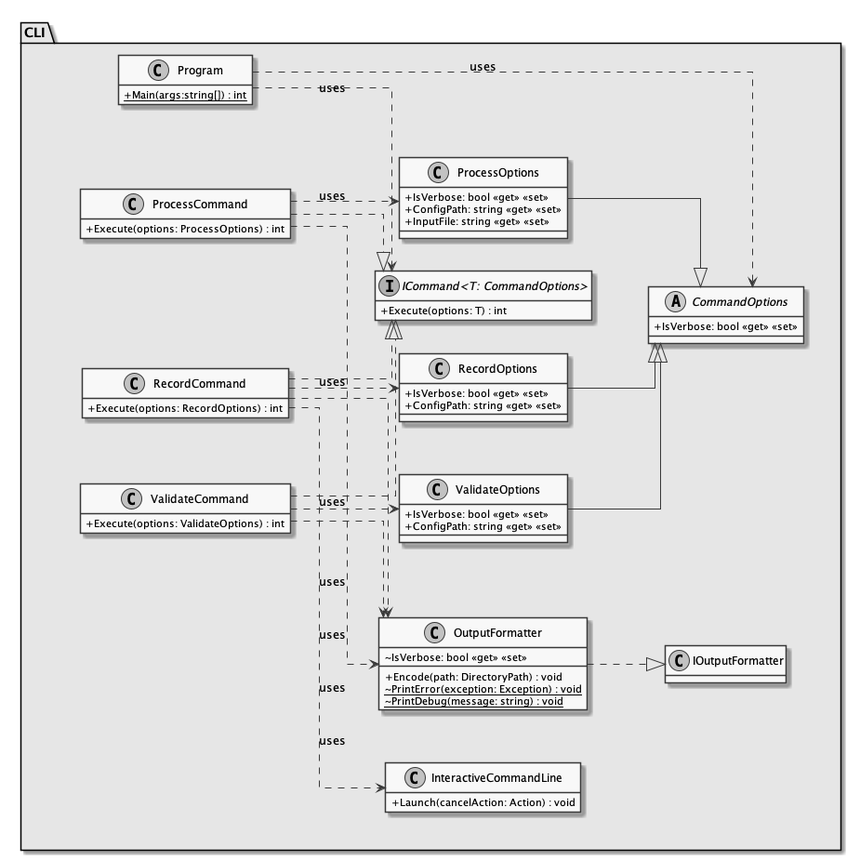
Before: documents/sd/resources/Packages/CLI.png, a diagram exported from PlantUML (insightmind/MORR).
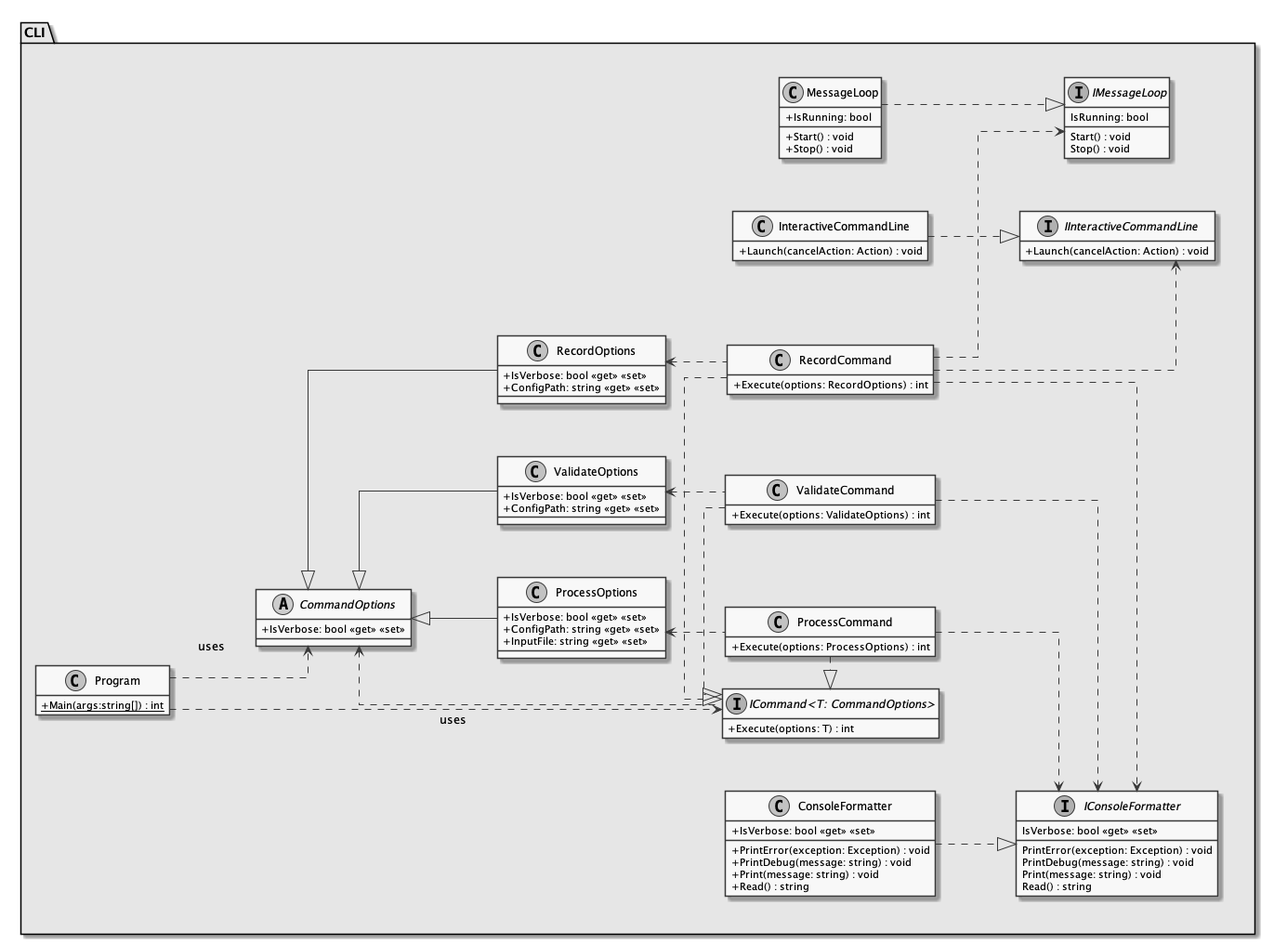
The same file after the commit.

What changed in the source:
```diff
@@ -5,96 +5,122 @@
 
 left to right direction
 hide empty fields
-    package "CLI" #E6E6E6 {
-        class Program {
-            + {static} Main(args:string[]) : int
+package "CLI" #E6E6E6 {
+class Program {
+    + {static} Main(args:string[]) : int
+}
+
+    together {
+class InteractiveCommandLine {
+    + Launch(cancelAction: Action) : void
+}
+interface IInteractiveCommandLine {
+    + Launch(cancelAction: Action) : void
+}
+
+        InteractiveCommandLine ..|> IInteractiveCommandLine
+    }
+
+    together {
+class ConsoleFormatter {
+    + IsVerbose: bool <<get>> <<set>>
+    + PrintError(exception: Exception) : void
+    + PrintDebug(message: string) : void
+    + Print(message: string) : void
+    + Read() : string
+}
+
+interface IConsoleFormatter {
+    IsVerbose: bool <<get>> <<set>>
+    PrintError(exception: Exception) : void
+    PrintDebug(message: string) : void
+    Print(message: string) : void
+    Read() : string
+}
+
+        ConsoleFormatter ..|> IConsoleFormatter
+    }
+
+    together {
+class MessageLoop {
+    + IsRunning: bool
+    + Start() : void
+    + Stop() : void
+}
+
+interface IMessageLoop {
+    IsRunning: bool
+    Start() : void
+    Stop() : void
+}
+
+        MessageLoop ..|> IMessageLoop
+    }
+
+    together {
+interface "ICommand<T: CommandOptions>" {
+    + Execute(options: T) : int
+}
+
+abstract class CommandOptions {
+    + IsVerbose: bool <<get>> <<set>>
+}
+
+        Program ..> "ICommand<T: CommandOptions>": "uses"
+        Program ..> CommandOptions : "uses"
+        "ICommand<T: CommandOptions>" .up.> CommandOptions
+
+        together {
+class ProcessCommand {
+    + Execute(options: ProcessOptions) : int
+}
+
+class ProcessOptions {
+    + IsVerbose: bool <<get>> <<set>>
+    + ConfigPath: string <<get>> <<set>>
+    + InputFile: string <<get>> <<set>>
+}
+
+            ProcessCommand .up.> ProcessOptions
+            ProcessCommand .down.> IConsoleFormatter
+            ProcessCommand .right.|> "ICommand<T: CommandOptions>"
+            ProcessOptions -up-|> CommandOptions
+        }
+
+
+        together {
+class RecordCommand {
+    + Execute(options: RecordOptions) : int
+}
+
+class RecordOptions {
+    + IsVerbose: bool <<get>> <<set>>
+    + ConfigPath: string <<get>> <<set>>
+}
+
+            RecordCommand .up.> RecordOptions
+            RecordCommand .down.> IConsoleFormatter
+            RecordCommand .down.> IInteractiveCommandLine
+            RecordCommand .down.> IMessageLoop
+            RecordCommand .right.|> "ICommand<T: CommandOptions>"
+            RecordOptions -up-|> CommandOptions
         }
 
         together {
-            interface "ICommand<T: CommandOptions>" {
-                + Execute(options: T) : int
-            }
+class ValidateCommand {
+    + Execute(options: ValidateOptions) : int
+}
 
-            abstract class CommandOptions {
-                + IsVerbose: bool <<get>> <<set>>
-            }
+class ValidateOptions {
+    + IsVerbose: bool <<get>> <<set>>
+    + ConfigPath: string <<get>> <<set>>
+}
 
-            together {
-                class ProcessCommand {
-                    + Execute(options: ProcessOptions) : int
-                }
-
-                class ProcessOptions {
-                    + IsVerbose: bool <<get>> <<set>>
-                    + ConfigPath: string <<get>> <<set>>
-                    + InputFile: string <<get>> <<set>>
-                }
-
-                ProcessCommand ..> ProcessOptions : "uses"
-            }
-
-            together {
-                class RecordCommand {
-                    + Execute(options: RecordOptions) : int
-                }
-
-                class RecordOptions {
-                    + IsVerbose: bool <<get>> <<set>>
-                    + ConfigPath: string <<get>> <<set>>
-                }
-
-                RecordCommand ..> RecordOptions : "uses"
-            }
-
-            together {
-                class ValidateCommand {
-                    + Execute(options: ValidateOptions) : int
-                }
-
-                class ValidateOptions {
-                    + IsVerbose: bool <<get>> <<set>>
-                    + ConfigPath: string <<get>> <<set>>
-                }
-
-                ValidateCommand ..> ValidateOptions : "uses"
-            }
-
-            RecordCommand ..|> "ICommand<T: CommandOptions>"
-            ValidateCommand ..|> "ICommand<T: CommandOptions>"
-            ProcessCommand ..|> "ICommand<T: CommandOptions>"
-
-            RecordOptions --|> CommandOptions
-            ValidateOptions --|> CommandOptions
-            ProcessOptions --|> CommandOptions
+            ValidateCommand .up.> ValidateOptions
+            ValidateCommand .right.|> "ICommand<T: CommandOptions>"
+            ValidateOptions -up-|> CommandOptions
+            ValidateCommand .down.> IConsoleFormatter
         }
-
-        together {
-            class InteractiveCommandLine {
-                + Launch(cancelAction: Action) : void
-            }
-        }
-
-        together {
-            class IOutputFormatter {
-
-            }
-
-            class OutputFormatter {
-                ~ IsVerbose: bool <<get>> <<set>>
-                + Encode(path: DirectoryPath) : void
-                ~ {static} PrintError(exception: Exception) : void
-                ~ {static} PrintDebug(message: string) : void
-            }
-
-            OutputFormatter ..|> IOutputFormatter
-        }
-
-        ProcessCommand ..> OutputFormatter : "uses"
-        ValidateCommand ..> OutputFormatter : "uses"
-        RecordCommand ..> OutputFormatter : "uses"
-        RecordCommand ..> InteractiveCommandLine :"uses"
-
-        Program ..> "ICommand<T: CommandOptions>": "uses"
-        Program ..> CommandOptions : "uses"
     }
+}
 @enduml
```
